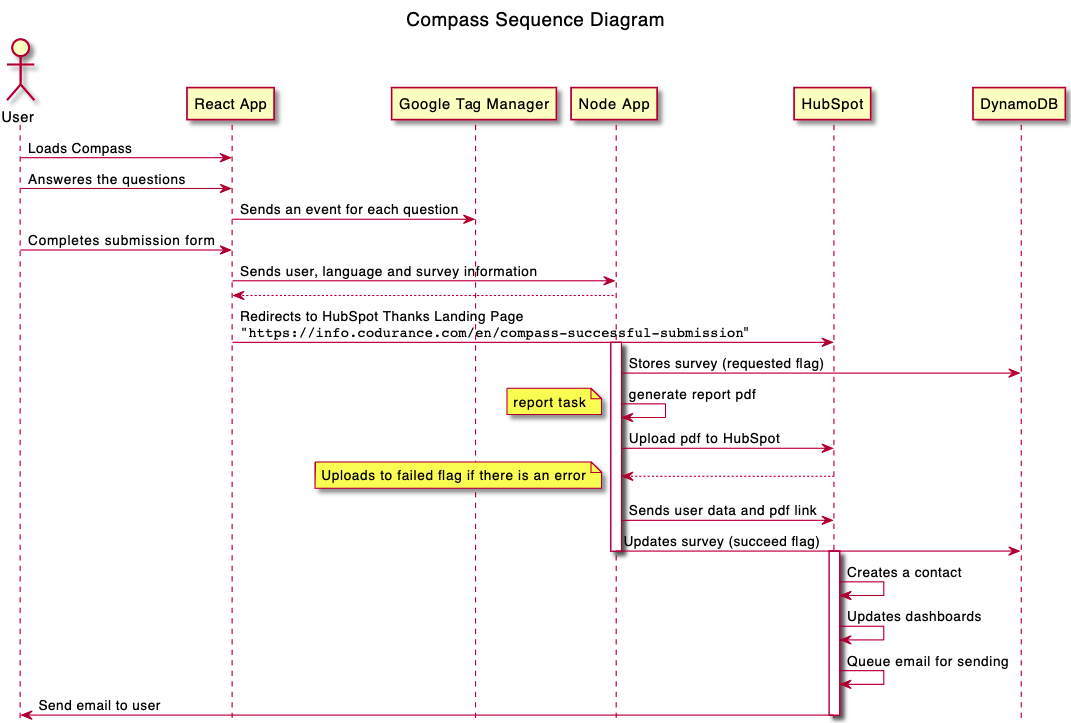
Above: docs/diagrams/out/compass-sequence-diagram-hs-flow/sequence-diagram.png in codurance/soft-mod-compass (PlantUML), before the change. Its source is kept beside it as docs/diagrams/src/sequence-diagram.puml.
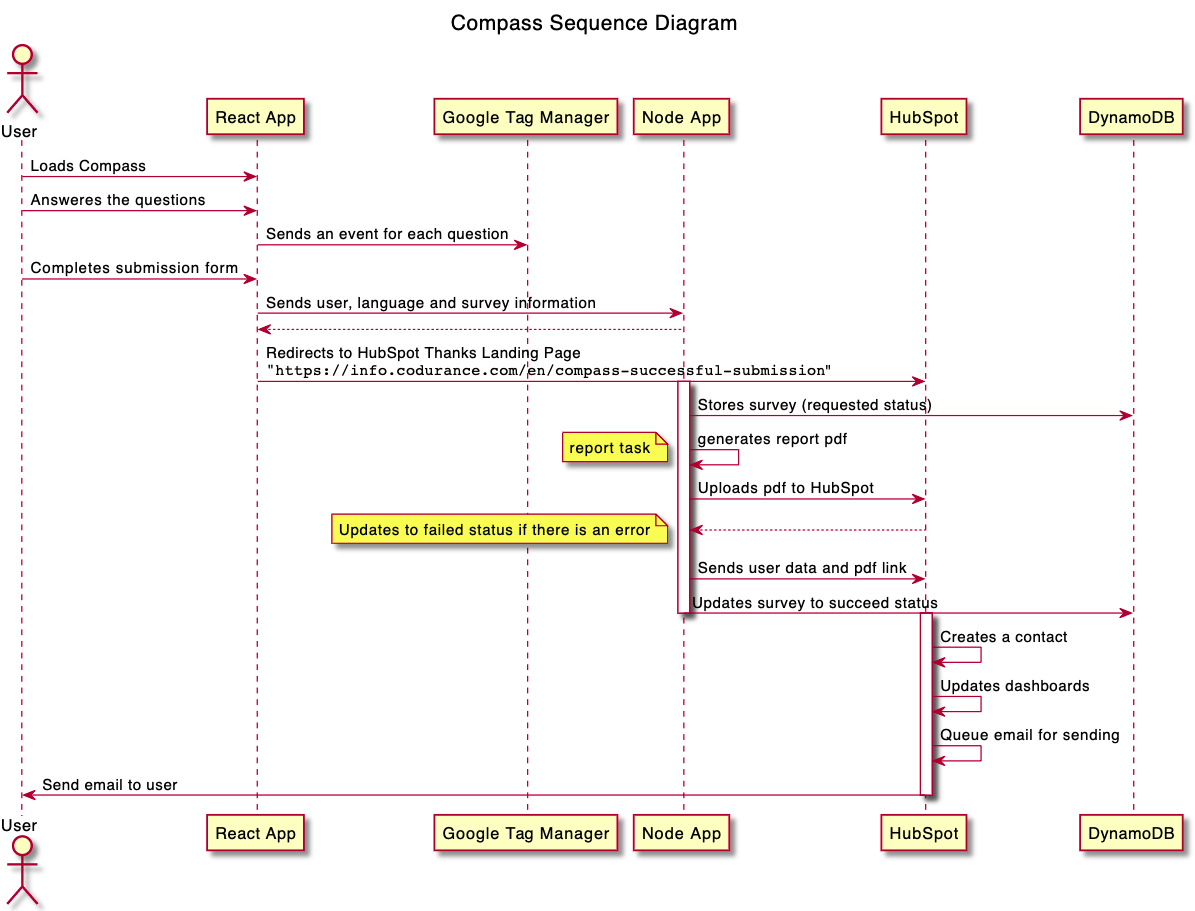
The same file after the commit.

Commit message:
Update main sequence diagram

The edit, as a diff of the source:
```diff
@@ -21,14 +21,14 @@
 
 
 activate NodeApp
-NodeApp -> DB: Stores survey (requested flag)
-NodeApp -> NodeApp: generate report pdf
+NodeApp -> DB: Stores survey (requested status)
+NodeApp -> NodeApp: generates report pdf
 note left: report task
-NodeApp -> HubSpot: Upload pdf to HubSpot
+NodeApp -> HubSpot: Uploads pdf to HubSpot
 NodeApp <-- HubSpot:
-note left: Uploads to failed flag if there is an error
+note left: Updates to failed status if there is an error
 NodeApp -> HubSpot: Sends user data and pdf link
-NodeApp -> DB: Updates survey (succeed flag)
+NodeApp -> DB: Updates survey to succeed status
 deactivate NodeApp
 
 activate HubSpot
```
